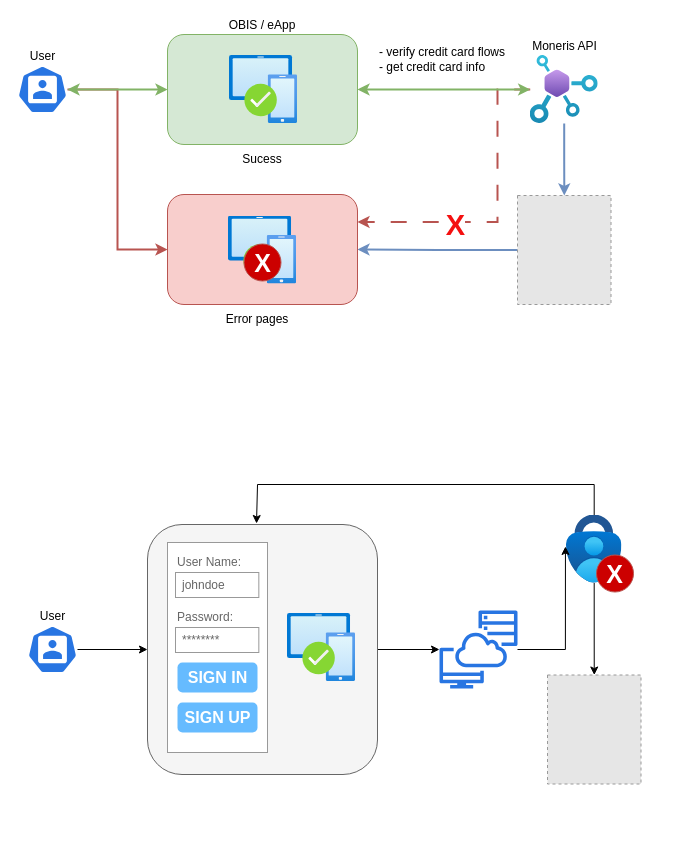
Above: use cases.drawio in gtrofimov/draw-io-projects (draw.io), before the change. Source tidied: cells renumbered, new cells numbered last; positions are measured from the earlier drawing's top-left corner, leaving out a move shared by most shapes. Both pictures are drawn from the tidied source at 100%, with x=0, y=0 at pixel (17, 34). Pictures stored in the file or linked from it are replaced by grey dashed boxes.
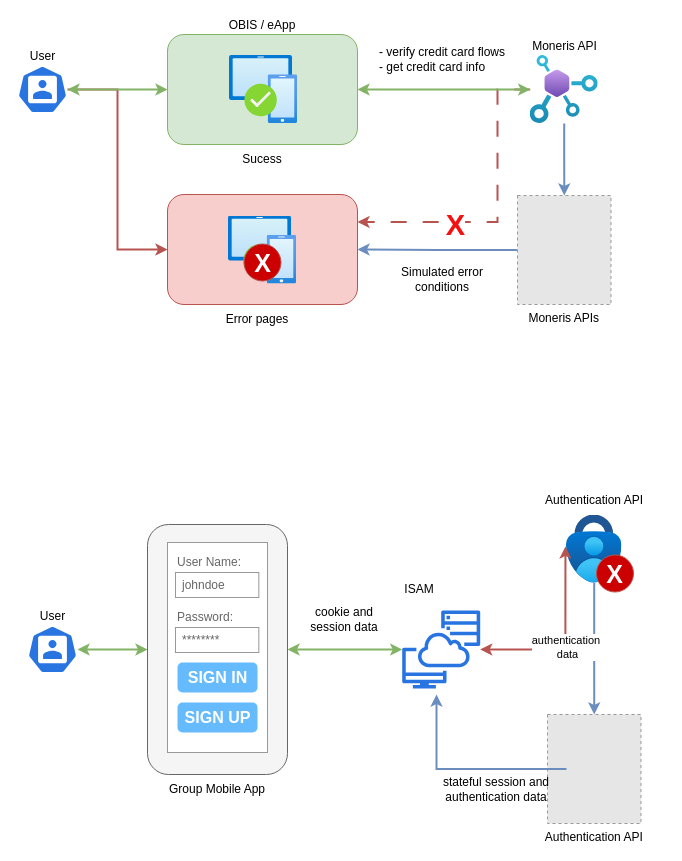
The same diagram, later.

The change refers to these unchanged cells:
```xml
<mxCell id="26" value="User" style="sketch=0;html=1;dashed=0;whitespace=wrap;verticalLabelPosition=top;verticalAlign=bottom;fillColor=#2875E2;strokeColor=#ffffff;points=[[0.005,0.63,0],[0.1,0.2,0],[0.9,0.2,0],[0.5,0,0],[0.995,0.63,0],[0.72,0.99,0],[0.5,1,0],[0.28,0.99,0]];shape=mxgraph.kubernetes.icon2;prIcon=user;labelPosition=center;align=center;" parent="1" vertex="1">
  <mxGeometry x="10" y="591" width="50" height="48" as="geometry" />
</mxCell>
```

The edit, as a diff of the source:
```diff
@@
-    <mxCell id="2" style="edgeStyle=orthogonalEdgeStyle;rounded=0;jettySize=auto;html=1;" parent="1" edge="1" source="3" target="36">
+    <mxCell id="2" style="edgeStyle=orthogonalEdgeStyle;rounded=0;jettySize=auto;html=1;startArrow=classic;startFill=1;fillColor=#d5e8d4;strokeColor=#82b366;strokeWidth=2;" parent="1" edge="1" source="3" target="36">
       <mxGeometry relative="1" as="geometry" />
     </mxCell>
-    <mxCell id="3" style="rounded=1;whiteSpace=wrap;html=1;fillColor=#f5f5f5;fontColor=#333333;strokeColor=#666666;" parent="1" vertex="1">
-      <mxGeometry x="130" y="490" width="230" height="250" as="geometry" />
-    </mxCell>
@@
-    <mxCell id="8" style="fillColor=#E6E6E6;strokeColor=#999999;dashed=1;verticalLabelPosition=bottom;verticalAlign=top;" parent="1" vertex="1">
+    <mxCell id="8" value="Moneris APIs" style="fillColor=#E6E6E6;strokeColor=#999999;dashed=1;verticalLabelPosition=bottom;verticalAlign=top;" parent="1" vertex="1">
       <mxGeometry x="500" y="161" width="93.5" height="109" as="geometry" />
     </mxCell>
@@
-    <mxCell id="25" style="edgeStyle=orthogonalEdgeStyle;rounded=0;jettySize=auto;html=1;" parent="1" edge="1" source="26" target="3">
+    <mxCell id="25" style="edgeStyle=orthogonalEdgeStyle;rounded=0;jettySize=auto;html=1;startArrow=classic;startFill=1;fillColor=#d5e8d4;strokeColor=#82b366;strokeWidth=2;" parent="1" edge="1" source="26" target="3">
       <mxGeometry relative="1" as="geometry" />
     </mxCell>
@@
+    <mxCell id="36" style="sketch=0;outlineConnect=0;fontColor=#232F3E;gradientColor=none;fillColor=#2875e2;strokeColor=none;dashed=0;verticalLabelPosition=bottom;verticalAlign=top;align=center;html=1;fontSize=12;fontStyle=0;shape=mxgraph.aws4.systems_manager_session_manager;" parent="1" vertex="1">
+      <mxGeometry x="384.7" y="576" width="78" height="78" as="geometry" />
+    </mxCell>
+    <mxCell id="38" style="edgeStyle=orthogonalEdgeStyle;rounded=0;jettySize=auto;html=1;entryX=0.5;entryY=0;entryDx=0;entryDy=0;fillColor=#dae8fc;strokeColor=#6c8ebf;strokeWidth=2;" parent="1" edge="1" source="40" target="42">
+      <mxGeometry relative="1" as="geometry" />
+    </mxCell>
+    <mxCell id="40" style="image;html=1;points=[];align=center;fontSize=12;image=img/lib/azure2/security/Multifactor_Authentication.svg;" parent="1" vertex="1">
+      <mxGeometry x="549" y="480.5" width="55.4" height="68" as="geometry" />
+    </mxCell>
+    <mxCell id="41" value="&lt;font color=&quot;#ffffff&quot; style=&quot;font-size: 25px;&quot;&gt;&lt;b style=&quot;&quot;&gt;X&lt;/b&gt;&lt;/font&gt;" style="ellipse;whiteSpace=wrap;html=1;fillColor=#CC0000;strokeColor=#b85450;" parent="1" vertex="1">
+      <mxGeometry x="579" y="520.5" width="37" height="37" as="geometry" />
+    </mxCell>
+    <mxCell id="42" value="Authentication API" style="fillColor=#E6E6E6;strokeColor=#999999;dashed=1;verticalLabelPosition=bottom;verticalAlign=top;" parent="1" vertex="1">
+      <mxGeometry x="530" y="680" width="93.5" height="109" as="geometry" />
+    </mxCell>
+    <mxCell id="43" style="edgeStyle=orthogonalEdgeStyle;rounded=0;jettySize=auto;html=1;entryX=-0.019;entryY=0.463;entryDx=0;entryDy=0;entryPerimeter=0;fillColor=#f8cecc;strokeColor=#b85450;strokeWidth=2;startArrow=classic;startFill=1;" parent="1" edge="1" source="36" target="40">
+      <mxGeometry relative="1" as="geometry" />
+    </mxCell>
+    <mxCell id="44" value="authentication&amp;nbsp;&lt;div&gt;data&lt;/div&gt;" style="edgeLabel;html=1;align=center;verticalAlign=middle;" parent="43" vertex="1">
+      <mxGeometry x="-0.07" y="-2" relative="1" as="geometry" />
+    </mxCell>
+    <mxCell id="45" value="Group Mobile App" style="text;html=1;align=center;verticalAlign=middle;whiteSpace=wrap;rounded=0;" parent="1" vertex="1">
+      <mxGeometry x="145" y="740" width="110" height="30" as="geometry" />
+    </mxCell>
+    <mxCell id="46" style="group;" parent="1" vertex="1">
+      <mxGeometry x="130" y="490" width="140" height="250" as="geometry" />
+    </mxCell>
+    <mxCell id="3" style="rounded=1;whiteSpace=wrap;html=1;fillColor=#f5f5f5;fontColor=#333333;strokeColor=#666666;" parent="46" vertex="1">
+      <mxGeometry width="140" height="250" as="geometry" />
+    </mxCell>
-    <mxCell id="27" style="strokeWidth=1;shadow=0;dashed=0;align=center;html=1;shape=mxgraph.mockup.forms.rrect;rSize=0;strokeColor=#999999;fillColor=#ffffff;" parent="1" vertex="1">
-      <mxGeometry x="150" y="508" width="100" height="210" as="geometry" />
+    <mxCell id="27" style="strokeWidth=1;shadow=0;dashed=0;align=center;html=1;shape=mxgraph.mockup.forms.rrect;rSize=0;strokeColor=#999999;fillColor=#ffffff;" parent="46" vertex="1">
+      <mxGeometry x="20" y="18" width="100" height="210" as="geometry" />
     </mxCell>
@@
-    <mxCell id="36" style="sketch=0;outlineConnect=0;fontColor=#232F3E;gradientColor=none;fillColor=#2875e2;strokeColor=none;dashed=0;verticalLabelPosition=bottom;verticalAlign=top;align=center;html=1;fontSize=12;fontStyle=0;shape=mxgraph.aws4.systems_manager_session_manager;" parent="1" vertex="1">
-      <mxGeometry x="422" y="576" width="78" height="78" as="geometry" />
-    </mxCell>
-    <mxCell id="37" style="image;html=1;align=center;fontSize=12;image=img/lib/azure2/identity/Multi_Factor_Authentication.svg;" parent="1" vertex="1">
-      <mxGeometry x="270" y="579" width="68" height="68" as="geometry" />
-    </mxCell>
-    <mxCell id="38" style="edgeStyle=orthogonalEdgeStyle;rounded=0;jettySize=auto;html=1;entryX=0.5;entryY=0;entryDx=0;entryDy=0;" parent="1" edge="1" source="40" target="42">
-      <mxGeometry relative="1" as="geometry" />
-    </mxCell>
-    <mxCell id="39" style="edgeStyle=orthogonalEdgeStyle;rounded=0;jettySize=auto;html=1;entryX=0.474;entryY=-0.004;entryDx=0;entryDy=0;entryPerimeter=0;" parent="1" edge="1" source="40" target="3">
-      <mxGeometry relative="1" as="geometry">
-        <Array as="points">
-          <mxPoint x="577" y="450" />
-          <mxPoint x="240" y="450" />
-        </Array>
-      </mxGeometry>
-    </mxCell>
-    <mxCell id="40" style="image;html=1;points=[];align=center;fontSize=12;image=img/lib/azure2/security/Multifactor_Authentication.svg;" parent="1" vertex="1">
-      <mxGeometry x="549" y="480.5" width="55.4" height="68" as="geometry" />
-    </mxCell>
-    <mxCell id="41" value="&lt;font color=&quot;#ffffff&quot; style=&quot;font-size: 25px;&quot;&gt;&lt;b style=&quot;&quot;&gt;X&lt;/b&gt;&lt;/font&gt;" style="ellipse;whiteSpace=wrap;html=1;fillColor=#CC0000;strokeColor=#b85450;" parent="1" vertex="1">
-      <mxGeometry x="579" y="520.5" width="37" height="37" as="geometry" />
-    </mxCell>
-    <mxCell id="42" style="fillColor=#E6E6E6;strokeColor=#999999;dashed=1;verticalLabelPosition=bottom;verticalAlign=top;" parent="1" vertex="1">
-      <mxGeometry x="530" y="640.5" width="93.5" height="109" as="geometry" />
-    </mxCell>
-    <mxCell id="43" style="edgeStyle=orthogonalEdgeStyle;rounded=0;jettySize=auto;html=1;entryX=-0.019;entryY=0.463;entryDx=0;entryDy=0;entryPerimeter=0;" parent="1" edge="1" source="36" target="40">
-      <mxGeometry relative="1" as="geometry" />
-    </mxCell>
+    <mxCell id="47" style="edgeStyle=orthogonalEdgeStyle;rounded=0;orthogonalLoop=1;jettySize=auto;html=1;fillColor=#dae8fc;strokeColor=#6c8ebf;strokeWidth=2;exitX=0;exitY=0.5;exitDx=0;exitDy=0;" parent="1" edge="1">
+      <mxGeometry relative="1" as="geometry">
+        <mxPoint x="549" y="734.5" as="sourcePoint" />
+        <mxPoint x="419" y="660" as="targetPoint" />
+        <Array as="points">
+          <mxPoint x="419" y="735" />
+        </Array>
+      </mxGeometry>
+    </mxCell>
+    <mxCell id="48" value="ISAM" style="text;html=1;align=center;verticalAlign=middle;whiteSpace=wrap;rounded=0;" parent="1" vertex="1">
+      <mxGeometry x="372" y="540" width="60" height="30" as="geometry" />
+    </mxCell>
+    <mxCell id="49" value="Authentication API" style="text;html=1;align=center;verticalAlign=middle;whiteSpace=wrap;rounded=0;" parent="1" vertex="1">
+      <mxGeometry x="506.7" y="450.5" width="140" height="30" as="geometry" />
+    </mxCell>
+    <mxCell id="50" value="Simulated error conditions" style="text;html=1;align=center;verticalAlign=middle;whiteSpace=wrap;rounded=0;" parent="1" vertex="1">
+      <mxGeometry x="360" y="230" width="130" height="30" as="geometry" />
+    </mxCell>
+    <mxCell id="51" value="stateful session and authentication data" style="text;html=1;align=center;verticalAlign=middle;whiteSpace=wrap;rounded=0;" parent="1" vertex="1">
+      <mxGeometry x="409" y="740" width="140" height="30" as="geometry" />
+    </mxCell>
+    <mxCell id="52" value="cookie and session data" style="text;html=1;align=center;verticalAlign=middle;whiteSpace=wrap;rounded=0;" parent="1" vertex="1">
+      <mxGeometry x="282" y="570" width="90" height="30" as="geometry" />
+    </mxCell>
```
